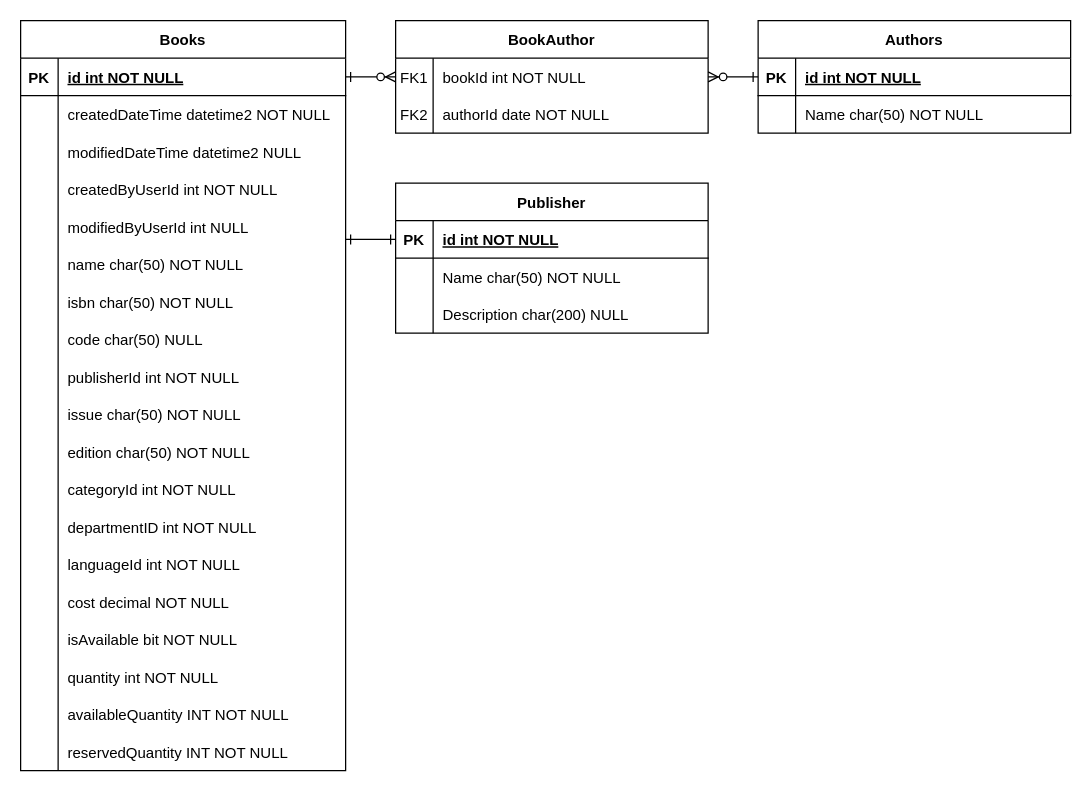
The draw.io diagram Untitled Diagram.drawio in skyhunter96/libApp, before the edit. Source tidied: cells renumbered, new cells numbered last; positions are measured from the earlier drawing's top-left corner, leaving out a move shared by most shapes. Both pictures are drawn from the tidied source at 125%, with x=0, y=0 at pixel (20, 20).
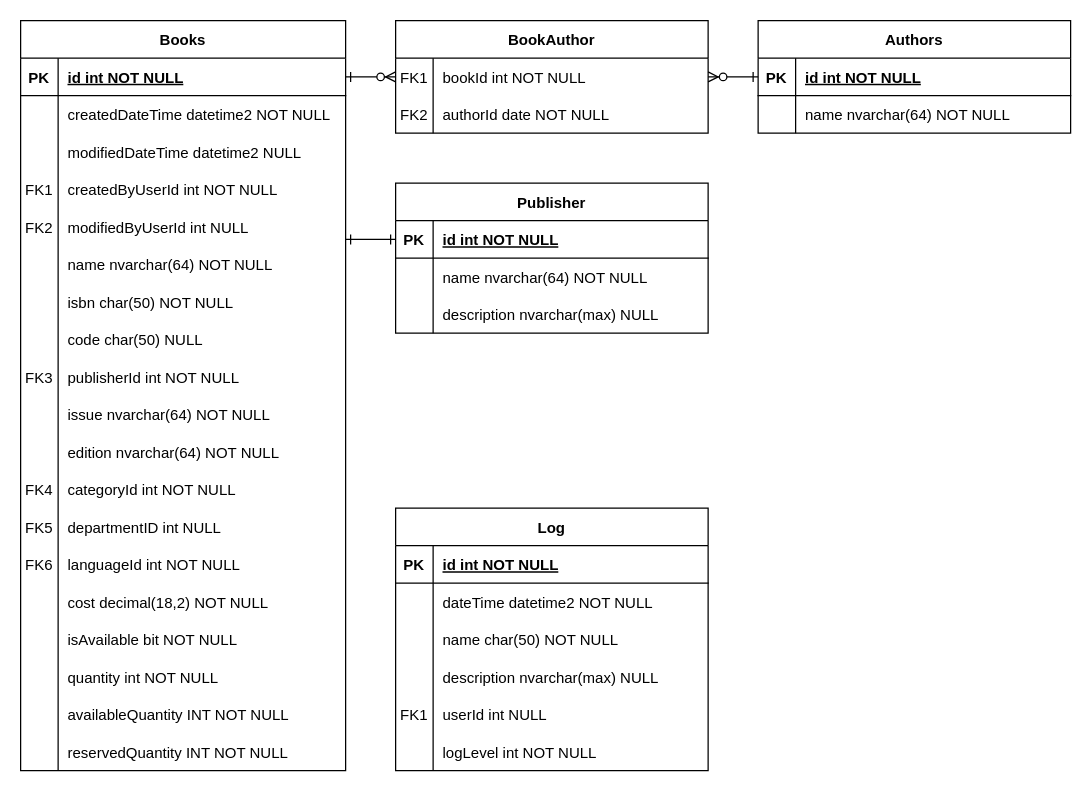
After the change.

Unchanged cells that the change refers to:
```xml
<mxCell id="14" style="shape=partialRectangle;fillColor=none;top=0;left=0;right=0;bottom=0;" parent="10" vertex="1">
  <mxGeometry y="60" width="250" height="30" as="geometry" />
</mxCell>
<mxCell id="27" style="shape=partialRectangle;fillColor=none;top=0;left=0;right=0;bottom=0;" parent="17" vertex="1">
  <mxGeometry y="120" width="260" height="30" as="geometry" />
</mxCell>
<mxCell id="30" style="shape=partialRectangle;fillColor=none;top=0;left=0;right=0;bottom=0;" parent="17" vertex="1">
  <mxGeometry y="150" width="260" height="30" as="geometry" />
</mxCell>
<mxCell id="33" style="shape=partialRectangle;fillColor=none;top=0;left=0;right=0;bottom=0;" parent="17" vertex="1">
  <mxGeometry y="180" width="260" height="30" as="geometry" />
</mxCell>
<mxCell id="42" style="shape=partialRectangle;fillColor=none;top=0;left=0;right=0;bottom=0;" parent="17" vertex="1">
  <mxGeometry y="270" width="260" height="30" as="geometry" />
</mxCell>
<mxCell id="45" style="shape=partialRectangle;fillColor=none;top=0;left=0;right=0;bottom=0;" parent="17" vertex="1">
  <mxGeometry y="300" width="260" height="30" as="geometry" />
</mxCell>
<mxCell id="48" style="shape=partialRectangle;fillColor=none;top=0;left=0;right=0;bottom=0;" parent="17" vertex="1">
  <mxGeometry y="330" width="260" height="30" as="geometry" />
</mxCell>
<mxCell id="51" style="shape=partialRectangle;fillColor=none;top=0;left=0;right=0;bottom=0;" parent="17" vertex="1">
  <mxGeometry y="360" width="260" height="30" as="geometry" />
</mxCell>
<mxCell id="54" style="shape=partialRectangle;fillColor=none;top=0;left=0;right=0;bottom=0;" parent="17" vertex="1">
  <mxGeometry y="390" width="260" height="30" as="geometry" />
</mxCell>
<mxCell id="57" style="shape=partialRectangle;fillColor=none;top=0;left=0;right=0;bottom=0;" parent="17" vertex="1">
  <mxGeometry y="420" width="260" height="30" as="geometry" />
</mxCell>
<mxCell id="60" style="shape=partialRectangle;fillColor=none;top=0;left=0;right=0;bottom=0;" parent="17" vertex="1">
  <mxGeometry y="450" width="260" height="30" as="geometry" />
</mxCell>
<mxCell id="80" style="shape=partialRectangle;fillColor=none;top=0;left=0;right=0;bottom=0;" parent="76" vertex="1">
  <mxGeometry y="60" width="250" height="30" as="geometry" />
</mxCell>
<mxCell id="83" style="shape=partialRectangle;fillColor=none;top=0;left=0;right=0;bottom=0;" parent="76" vertex="1">
  <mxGeometry y="90" width="250" height="30" as="geometry" />
</mxCell>
```

Change to the diagram source:
```diff
@@
-    <mxCell id="16" value="Name char(50) NOT NULL" style="shape=partialRectangle;overflow=hidden;fillColor=none;top=0;left=0;bottom=0;right=0;align=left;spacingLeft=6;" parent="14" vertex="1">
+    <mxCell id="16" value="name nvarchar(64) NOT NULL" style="shape=partialRectangle;overflow=hidden;fillColor=none;top=0;left=0;bottom=0;right=0;align=left;spacingLeft=6;" parent="14" vertex="1">
       <mxGeometry x="30" width="220" height="30" as="geometry" />
     </mxCell>
@@
-    <mxCell id="28" style="shape=partialRectangle;overflow=hidden;fillColor=none;top=0;left=0;bottom=0;right=0;" parent="27" vertex="1">
+    <mxCell id="28" value="FK1" style="shape=partialRectangle;overflow=hidden;fillColor=none;top=0;left=0;bottom=0;right=0;" parent="27" vertex="1">
       <mxGeometry width="30" height="30" as="geometry" />
     </mxCell>
@@
-    <mxCell id="31" style="shape=partialRectangle;overflow=hidden;fillColor=none;top=0;left=0;bottom=0;right=0;" parent="30" vertex="1">
+    <mxCell id="31" value="FK2" style="shape=partialRectangle;overflow=hidden;fillColor=none;top=0;left=0;bottom=0;right=0;" parent="30" vertex="1">
       <mxGeometry width="30" height="30" as="geometry" />
     </mxCell>
@@
-    <mxCell id="35" value="name char(50) NOT NULL" style="shape=partialRectangle;overflow=hidden;fillColor=none;top=0;left=0;bottom=0;right=0;align=left;spacingLeft=6;" parent="33" vertex="1">
+    <mxCell id="35" value="name nvarchar(64) NOT NULL" style="shape=partialRectangle;overflow=hidden;fillColor=none;top=0;left=0;bottom=0;right=0;align=left;spacingLeft=6;" parent="33" vertex="1">
       <mxGeometry x="30" width="230" height="30" as="geometry" />
     </mxCell>
@@
-    <mxCell id="43" style="shape=partialRectangle;overflow=hidden;fillColor=none;top=0;left=0;bottom=0;right=0;" parent="42" vertex="1">
+    <mxCell id="43" value="FK3" style="shape=partialRectangle;overflow=hidden;fillColor=none;top=0;left=0;bottom=0;right=0;" parent="42" vertex="1">
       <mxGeometry width="30" height="30" as="geometry" />
     </mxCell>
@@
-    <mxCell id="47" value="issue char(50) NOT NULL" style="shape=partialRectangle;overflow=hidden;fillColor=none;top=0;left=0;bottom=0;right=0;align=left;spacingLeft=6;" parent="45" vertex="1">
+    <mxCell id="47" value="issue nvarchar(64) NOT NULL" style="shape=partialRectangle;overflow=hidden;fillColor=none;top=0;left=0;bottom=0;right=0;align=left;spacingLeft=6;" parent="45" vertex="1">
       <mxGeometry x="30" width="230" height="30" as="geometry" />
     </mxCell>
@@
-    <mxCell id="50" value="edition char(50) NOT NULL" style="shape=partialRectangle;overflow=hidden;fillColor=none;top=0;left=0;bottom=0;right=0;align=left;spacingLeft=6;" parent="48" vertex="1">
+    <mxCell id="50" value="edition nvarchar(64) NOT NULL" style="shape=partialRectangle;overflow=hidden;fillColor=none;top=0;left=0;bottom=0;right=0;align=left;spacingLeft=6;" parent="48" vertex="1">
       <mxGeometry x="30" width="230" height="30" as="geometry" />
     </mxCell>
@@
-    <mxCell id="52" style="shape=partialRectangle;overflow=hidden;fillColor=none;top=0;left=0;bottom=0;right=0;" parent="51" vertex="1">
+    <mxCell id="52" value="FK4" style="shape=partialRectangle;overflow=hidden;fillColor=none;top=0;left=0;bottom=0;right=0;" parent="51" vertex="1">
       <mxGeometry width="30" height="30" as="geometry" />
     </mxCell>
@@
-    <mxCell id="55" style="shape=partialRectangle;overflow=hidden;fillColor=none;top=0;left=0;bottom=0;right=0;" parent="54" vertex="1">
+    <mxCell id="55" value="FK5" style="shape=partialRectangle;overflow=hidden;fillColor=none;top=0;left=0;bottom=0;right=0;" parent="54" vertex="1">
       <mxGeometry width="30" height="30" as="geometry" />
     </mxCell>
-    <mxCell id="56" value="departmentID int NOT NULL" style="shape=partialRectangle;overflow=hidden;fillColor=none;top=0;left=0;bottom=0;right=0;align=left;spacingLeft=6;" parent="54" vertex="1">
+    <mxCell id="56" value="departmentID int NULL" style="shape=partialRectangle;overflow=hidden;fillColor=none;top=0;left=0;bottom=0;right=0;align=left;spacingLeft=6;" parent="54" vertex="1">
       <mxGeometry x="30" width="230" height="30" as="geometry" />
     </mxCell>
@@
-    <mxCell id="58" style="shape=partialRectangle;overflow=hidden;fillColor=none;top=0;left=0;bottom=0;right=0;" parent="57" vertex="1">
+    <mxCell id="58" value="FK6" style="shape=partialRectangle;overflow=hidden;fillColor=none;top=0;left=0;bottom=0;right=0;" parent="57" vertex="1">
       <mxGeometry width="30" height="30" as="geometry" />
     </mxCell>
@@
-    <mxCell id="62" value="cost decimal NOT NULL" style="shape=partialRectangle;overflow=hidden;fillColor=none;top=0;left=0;bottom=0;right=0;align=left;spacingLeft=6;" parent="60" vertex="1">
+    <mxCell id="62" value="cost decimal(18,2) NOT NULL" style="shape=partialRectangle;overflow=hidden;fillColor=none;top=0;left=0;bottom=0;right=0;align=left;spacingLeft=6;" parent="60" vertex="1">
       <mxGeometry x="30" width="230" height="30" as="geometry" />
     </mxCell>
@@
-    <mxCell id="82" value="Name char(50) NOT NULL" style="shape=partialRectangle;overflow=hidden;fillColor=none;top=0;left=0;bottom=0;right=0;align=left;spacingLeft=6;" parent="80" vertex="1">
+    <mxCell id="82" value="name nvarchar(64) NOT NULL" style="shape=partialRectangle;overflow=hidden;fillColor=none;top=0;left=0;bottom=0;right=0;align=left;spacingLeft=6;" parent="80" vertex="1">
       <mxGeometry x="30" width="220" height="30" as="geometry" />
     </mxCell>
@@
-    <mxCell id="85" value="Description char(200) NULL" style="shape=partialRectangle;overflow=hidden;fillColor=none;top=0;left=0;bottom=0;right=0;align=left;spacingLeft=6;" parent="83" vertex="1">
+    <mxCell id="85" value="description nvarchar(max) NULL" style="shape=partialRectangle;overflow=hidden;fillColor=none;top=0;left=0;bottom=0;right=0;align=left;spacingLeft=6;" parent="83" vertex="1">
       <mxGeometry x="30" width="220" height="30" as="geometry" />
     </mxCell>
@@
+    <mxCell id="87" value="Log" style="shape=table;startSize=30;childLayout=tableLayout;rowLines=0;fontStyle=1;align=center;" parent="1" vertex="1">
+      <mxGeometry x="300" y="390" width="250" height="210" as="geometry" />
+    </mxCell>
+    <mxCell id="88" style="shape=partialRectangle;fillColor=none;top=0;left=0;right=0;bottom=1;" parent="87" vertex="1">
+      <mxGeometry y="30" width="250" height="30" as="geometry" />
+    </mxCell>
+    <mxCell id="89" value="PK" style="shape=partialRectangle;overflow=hidden;fillColor=none;top=0;left=0;bottom=0;right=0;fontStyle=1;" parent="88" vertex="1">
+      <mxGeometry width="30" height="30" as="geometry" />
+    </mxCell>
+    <mxCell id="90" value="id int NOT NULL " style="shape=partialRectangle;overflow=hidden;fillColor=none;top=0;left=0;bottom=0;right=0;align=left;spacingLeft=6;fontStyle=5;" parent="88" vertex="1">
+      <mxGeometry x="30" width="220" height="30" as="geometry" />
+    </mxCell>
+    <mxCell id="91" style="shape=partialRectangle;fillColor=none;top=0;left=0;right=0;bottom=0;" parent="87" vertex="1">
+      <mxGeometry y="60" width="250" height="30" as="geometry" />
+    </mxCell>
+    <mxCell id="92" style="shape=partialRectangle;overflow=hidden;fillColor=none;top=0;left=0;bottom=0;right=0;" parent="91" vertex="1">
+      <mxGeometry width="30" height="30" as="geometry" />
+    </mxCell>
+    <mxCell id="93" value="dateTime datetime2 NOT NULL" style="shape=partialRectangle;overflow=hidden;fillColor=none;top=0;left=0;bottom=0;right=0;align=left;spacingLeft=6;" parent="91" vertex="1">
+      <mxGeometry x="30" width="220" height="30" as="geometry" />
+    </mxCell>
+    <mxCell id="94" style="shape=partialRectangle;fillColor=none;top=0;left=0;right=0;bottom=0;" parent="87" vertex="1">
+      <mxGeometry y="90" width="250" height="30" as="geometry" />
+    </mxCell>
+    <mxCell id="95" style="shape=partialRectangle;overflow=hidden;fillColor=none;top=0;left=0;bottom=0;right=0;" parent="94" vertex="1">
+      <mxGeometry width="30" height="30" as="geometry" />
+    </mxCell>
+    <mxCell id="96" value="name char(50) NOT NULL" style="shape=partialRectangle;overflow=hidden;fillColor=none;top=0;left=0;bottom=0;right=0;align=left;spacingLeft=6;" parent="94" vertex="1">
+      <mxGeometry x="30" width="220" height="30" as="geometry" />
+    </mxCell>
+    <mxCell id="97" style="shape=partialRectangle;fillColor=none;top=0;left=0;right=0;bottom=0;" parent="87" vertex="1">
+      <mxGeometry y="120" width="250" height="30" as="geometry" />
+    </mxCell>
+    <mxCell id="98" style="shape=partialRectangle;overflow=hidden;fillColor=none;top=0;left=0;bottom=0;right=0;" parent="97" vertex="1">
+      <mxGeometry width="30" height="30" as="geometry" />
+    </mxCell>
+    <mxCell id="99" value="description nvarchar(max) NULL" style="shape=partialRectangle;overflow=hidden;fillColor=none;top=0;left=0;bottom=0;right=0;align=left;spacingLeft=6;" parent="97" vertex="1">
+      <mxGeometry x="30" width="220" height="30" as="geometry" />
+    </mxCell>
+    <mxCell id="100" style="shape=partialRectangle;fillColor=none;top=0;left=0;right=0;bottom=0;" parent="87" vertex="1">
+      <mxGeometry y="150" width="250" height="30" as="geometry" />
+    </mxCell>
+    <mxCell id="101" value="FK1" style="shape=partialRectangle;overflow=hidden;fillColor=none;top=0;left=0;bottom=0;right=0;" parent="100" vertex="1">
+      <mxGeometry width="30" height="30" as="geometry" />
+    </mxCell>
+    <mxCell id="102" value="userId int NULL" style="shape=partialRectangle;overflow=hidden;fillColor=none;top=0;left=0;bottom=0;right=0;align=left;spacingLeft=6;" parent="100" vertex="1">
+      <mxGeometry x="30" width="220" height="30" as="geometry" />
+    </mxCell>
+    <mxCell id="103" style="shape=partialRectangle;fillColor=none;top=0;left=0;right=0;bottom=0;" parent="87" vertex="1">
+      <mxGeometry y="180" width="250" height="30" as="geometry" />
+    </mxCell>
+    <mxCell id="104" style="shape=partialRectangle;overflow=hidden;fillColor=none;top=0;left=0;bottom=0;right=0;" parent="103" vertex="1">
+      <mxGeometry width="30" height="30" as="geometry" />
+    </mxCell>
+    <mxCell id="105" value="logLevel int NOT NULL" style="shape=partialRectangle;overflow=hidden;fillColor=none;top=0;left=0;bottom=0;right=0;align=left;spacingLeft=6;" parent="103" vertex="1">
+      <mxGeometry x="30" width="220" height="30" as="geometry" />
+    </mxCell>
```
